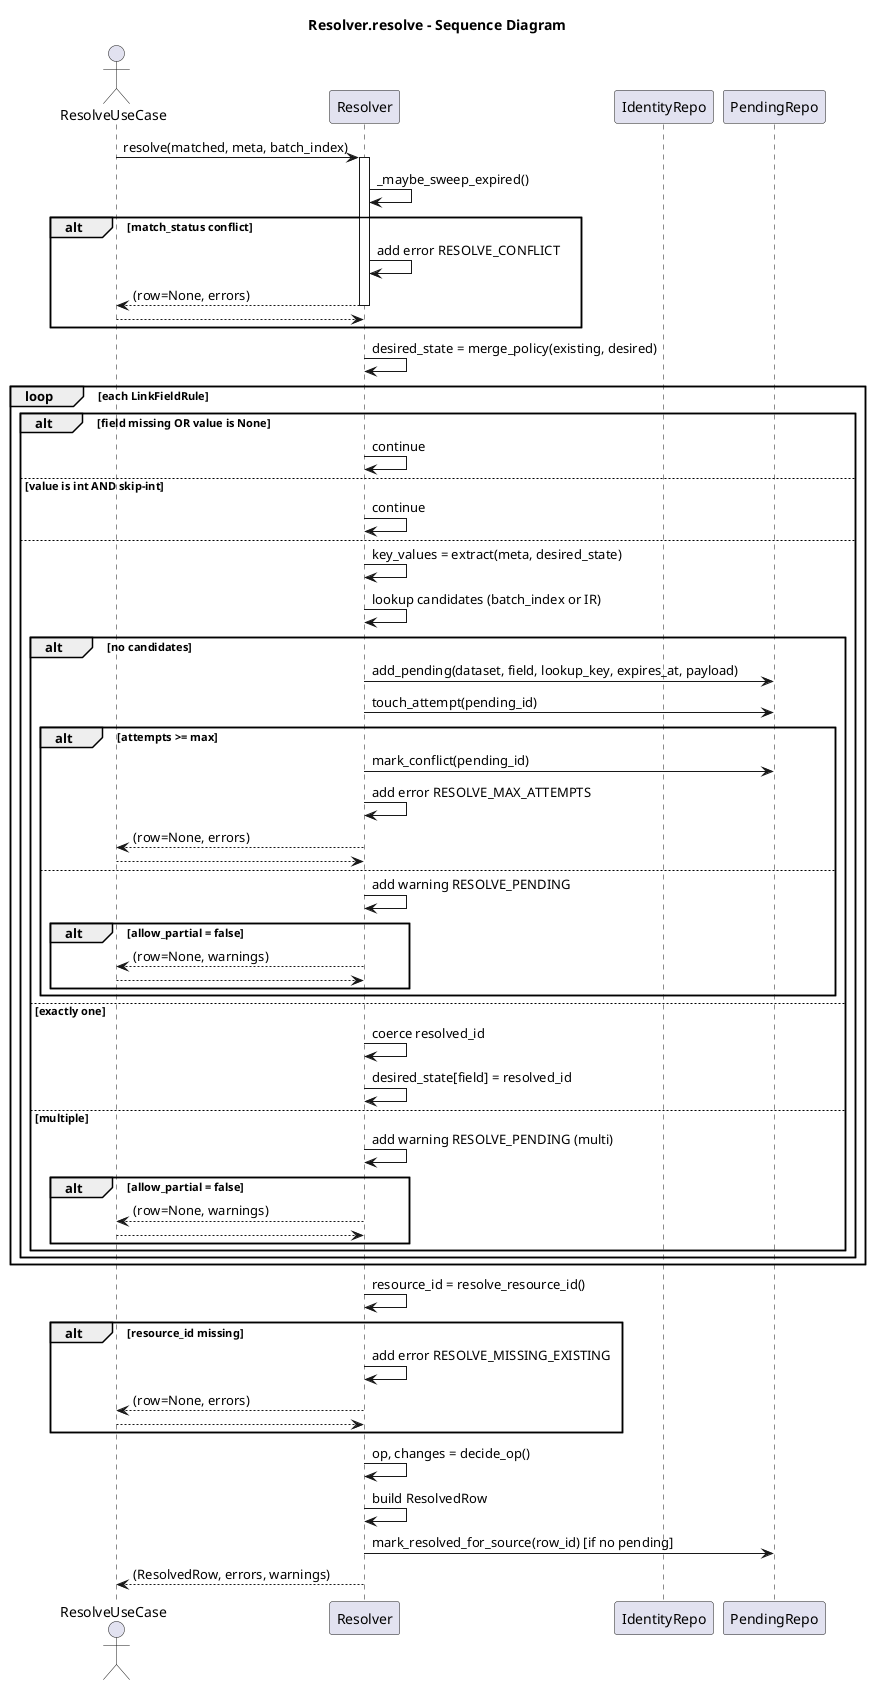
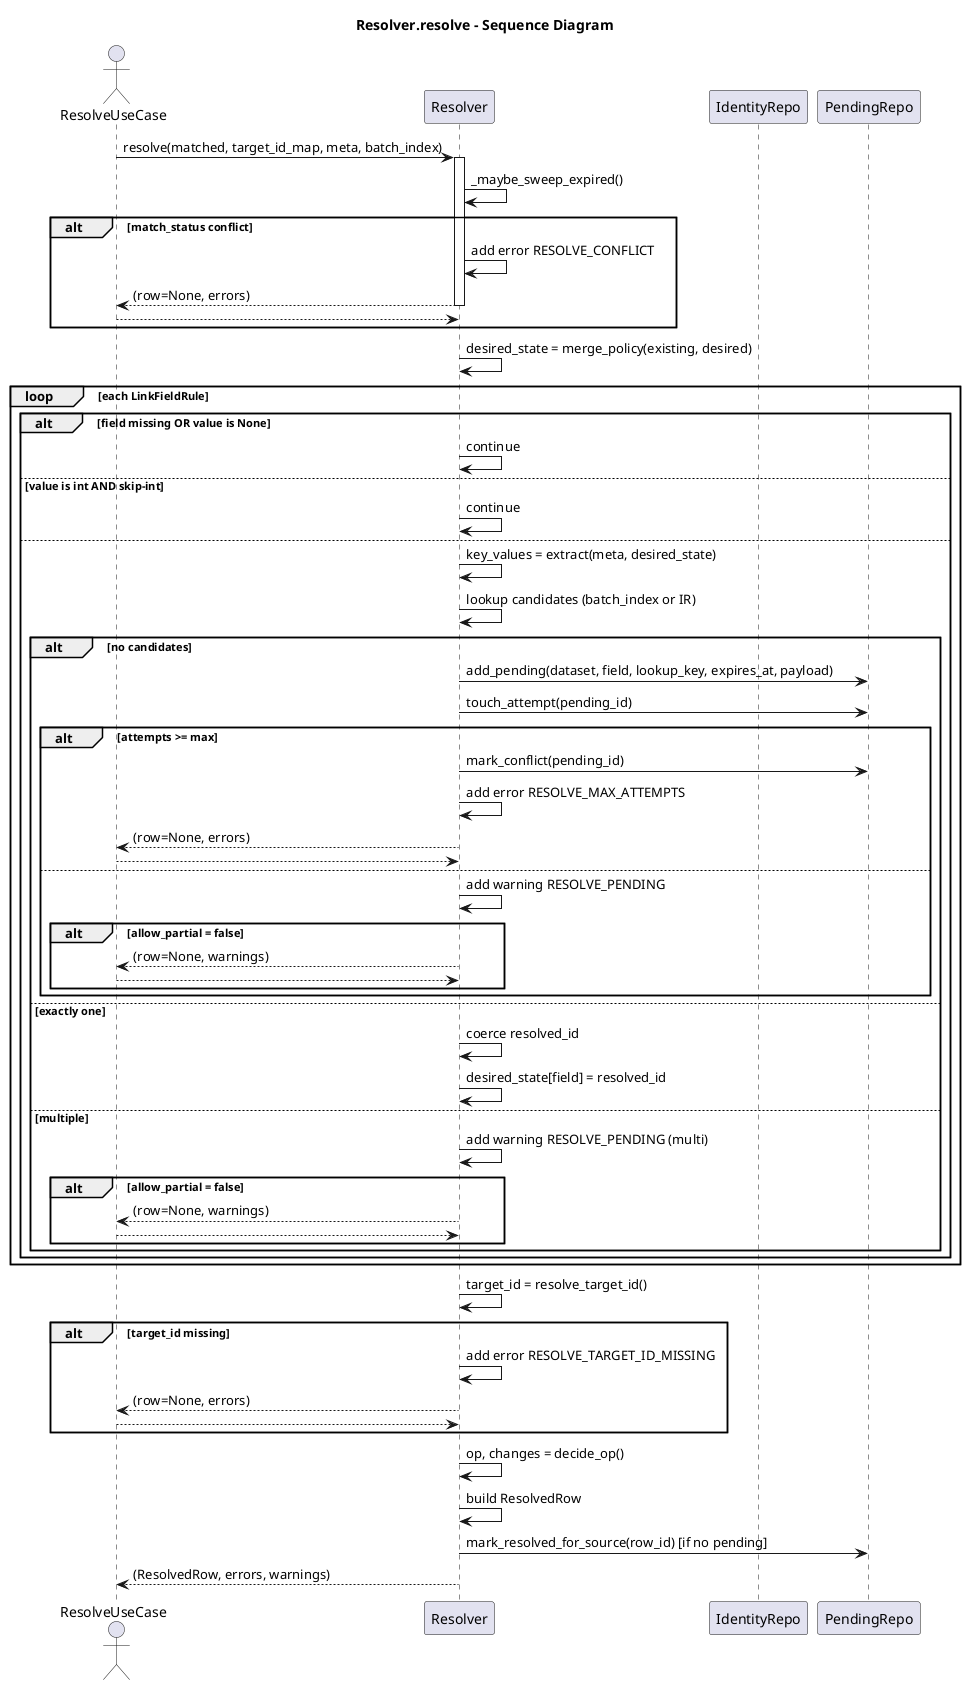
@startuml
title Resolver.resolve - Sequence Diagram

actor "ResolveUseCase" as RU
participant "Resolver" as R
participant "IdentityRepo" as IR
participant "PendingRepo" as PR

- RU -> R: resolve(matched, meta, batch_index)
+ RU -> R: resolve(matched, target_id_map, meta, batch_index)
activate R
R -> R: _maybe_sweep_expired()

alt match_status conflict
  R -> R: add error RESOLVE_CONFLICT
  R --> RU: (row=None, errors)
  deactivate R
  return
end

R -> R: desired_state = merge_policy(existing, desired)

loop each LinkFieldRule
  alt field missing OR value is None
    R -> R: continue
  else value is int AND skip-int
    R -> R: continue
  else
    R -> R: key_values = extract(meta, desired_state)
    R -> R: lookup candidates (batch_index or IR)
    alt no candidates
      R -> PR: add_pending(dataset, field, lookup_key, expires_at, payload)
      R -> PR: touch_attempt(pending_id)
      alt attempts >= max
        R -> PR: mark_conflict(pending_id)
        R -> R: add error RESOLVE_MAX_ATTEMPTS
        R --> RU: (row=None, errors)
        deactivate R
        return
      else
        R -> R: add warning RESOLVE_PENDING
        alt allow_partial = false
          R --> RU: (row=None, warnings)
          deactivate R
          return
        end
      end
    else exactly one
      R -> R: coerce resolved_id
      R -> R: desired_state[field] = resolved_id
    else multiple
      R -> R: add warning RESOLVE_PENDING (multi)
      alt allow_partial = false
        R --> RU: (row=None, warnings)
        deactivate R
        return
      end
    end
  end
end

- R -> R: resource_id = resolve_resource_id()
- alt resource_id missing
-   R -> R: add error RESOLVE_MISSING_EXISTING
+ R -> R: target_id = resolve_target_id()
+ alt target_id missing
+   R -> R: add error RESOLVE_TARGET_ID_MISSING
  R --> RU: (row=None, errors)
  deactivate R
  return
end

R -> R: op, changes = decide_op()
R -> R: build ResolvedRow
R -> PR: mark_resolved_for_source(row_id) [if no pending]
R --> RU: (ResolvedRow, errors, warnings)

deactivate R
@enduml
